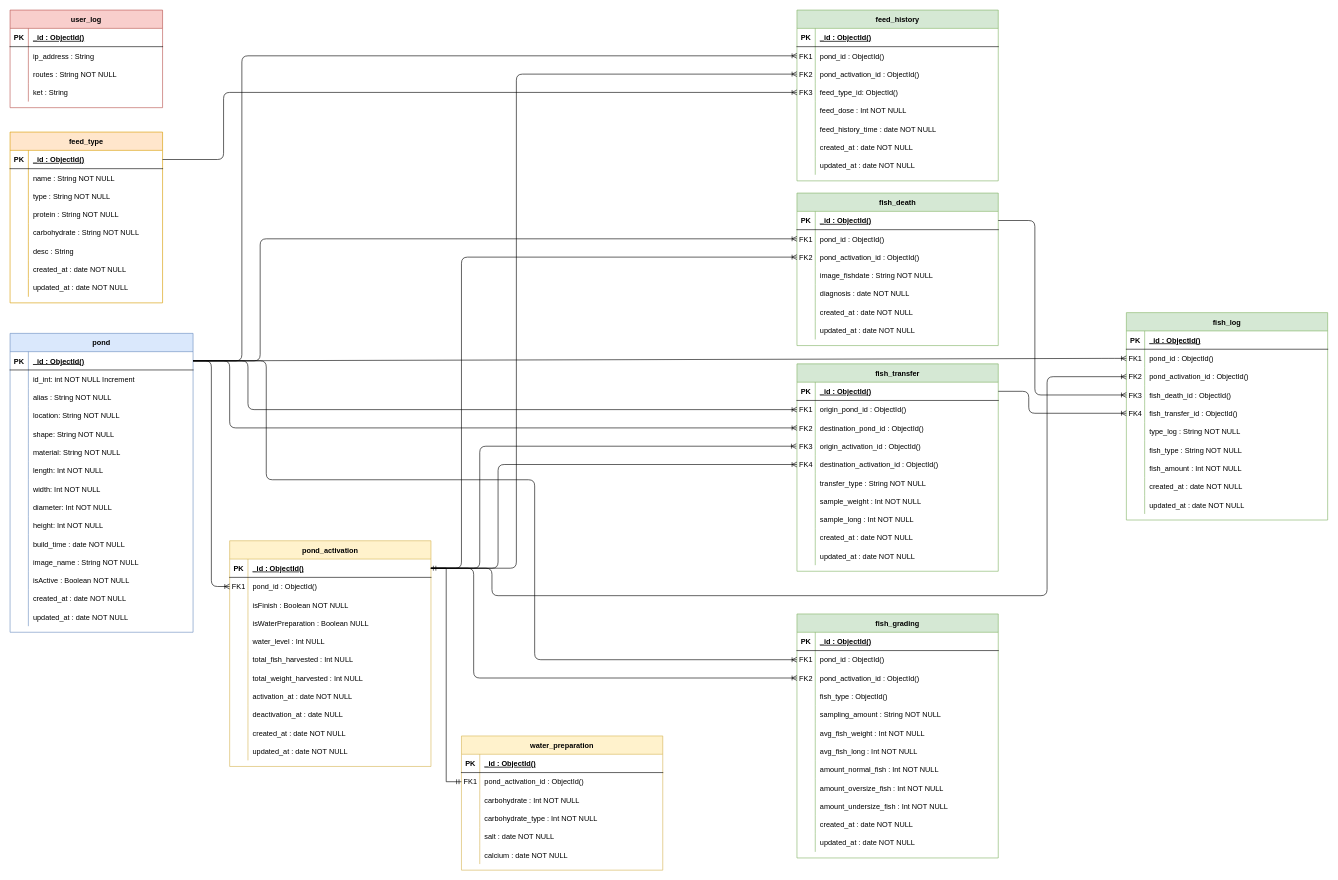
This is doc/Sprint08/diagram database/database.drawio from andrirahmanto/backendserverfishculture, a draw.io file, before an edit. Source tidied: cells renumbered, new cells numbered last; positions are measured from the earlier drawing's top-left corner, leaving out a move shared by most shapes. Both pictures are drawn from the tidied source at 61%, with x=0, y=0 at pixel (10, 10).
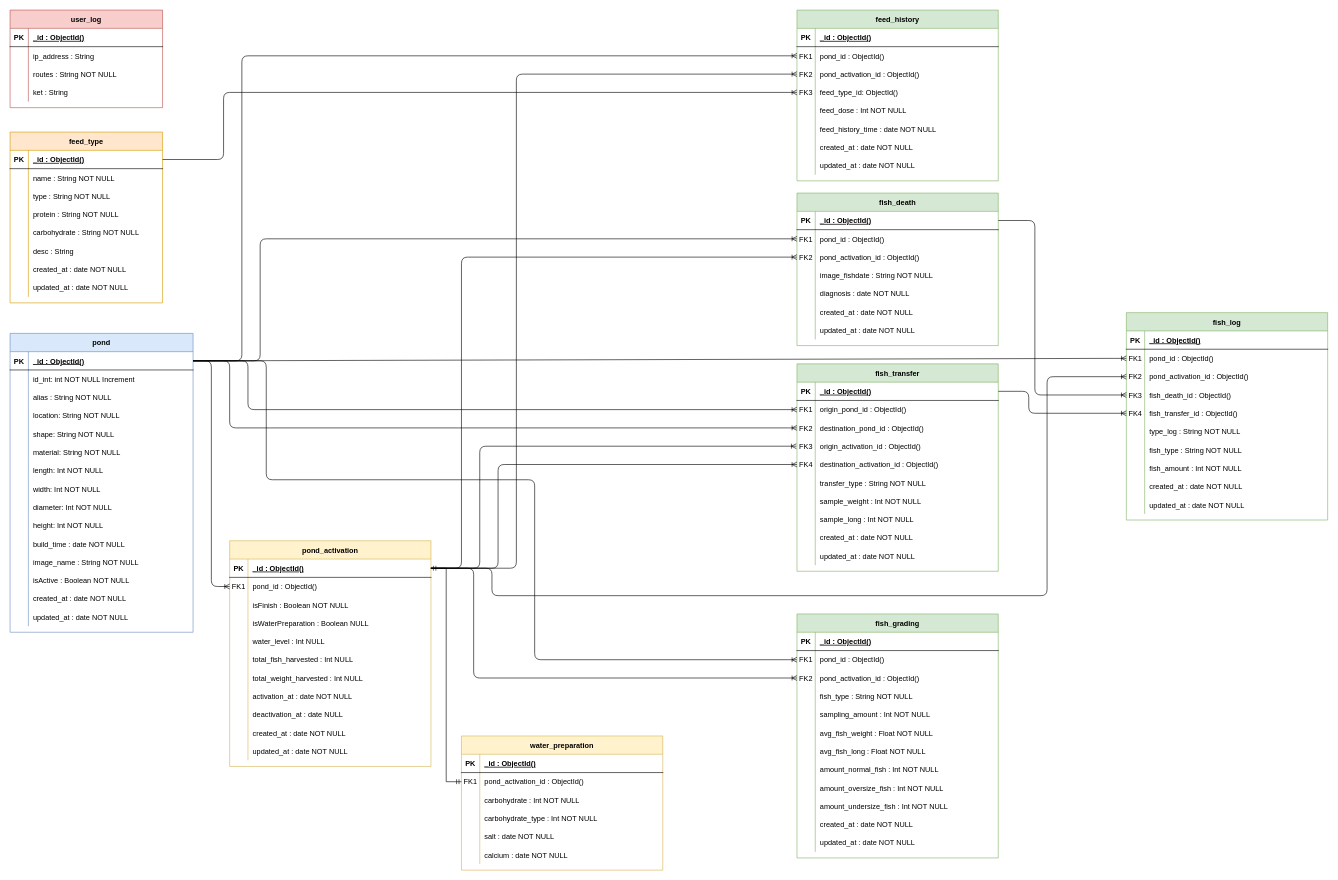
Above is the later version.

Commit message (it also covers changes not shown here):
docs: update desian database

Unchanged cells that the change refers to:
```xml
<mxCell id="273" style="shape=partialRectangle;fillColor=none;top=0;left=0;right=0;bottom=0;" parent="263" vertex="1">
  <mxGeometry y="120" width="330" height="30" as="geometry" />
</mxCell>
<mxCell id="276" style="shape=partialRectangle;fillColor=none;top=0;left=0;right=0;bottom=0;" parent="263" vertex="1">
  <mxGeometry y="150" width="330" height="30" as="geometry" />
</mxCell>
<mxCell id="279" style="shape=partialRectangle;fillColor=none;top=0;left=0;right=0;bottom=0;" parent="263" vertex="1">
  <mxGeometry y="180" width="330" height="30" as="geometry" />
</mxCell>
<mxCell id="282" style="shape=partialRectangle;fillColor=none;top=0;left=0;right=0;bottom=0;" parent="263" vertex="1">
  <mxGeometry y="210" width="330" height="30" as="geometry" />
</mxCell>
```

What changed in the source:
```diff
@@
-    <mxCell id="275" value="fish_type : ObjectId()" style="shape=partialRectangle;overflow=hidden;fillColor=none;top=0;left=0;bottom=0;right=0;align=left;spacingLeft=6;" parent="273" vertex="1">
+    <mxCell id="275" value="fish_type : String NOT NULL" style="shape=partialRectangle;overflow=hidden;fillColor=none;top=0;left=0;bottom=0;right=0;align=left;spacingLeft=6;" parent="273" vertex="1">
       <mxGeometry x="30" width="300" height="30" as="geometry" />
     </mxCell>
@@
-    <mxCell id="278" value="sampling_amount : String NOT NULL" style="shape=partialRectangle;overflow=hidden;fillColor=none;top=0;left=0;bottom=0;right=0;align=left;spacingLeft=6;" parent="276" vertex="1">
+    <mxCell id="278" value="sampling_amount : Int NOT NULL" style="shape=partialRectangle;overflow=hidden;fillColor=none;top=0;left=0;bottom=0;right=0;align=left;spacingLeft=6;" parent="276" vertex="1">
       <mxGeometry x="30" width="300" height="30" as="geometry" />
     </mxCell>
@@
-    <mxCell id="281" value="avg_fish_weight : Int NOT NULL" style="shape=partialRectangle;overflow=hidden;fillColor=none;top=0;left=0;bottom=0;right=0;align=left;spacingLeft=6;" parent="279" vertex="1">
+    <mxCell id="281" value="avg_fish_weight : Float NOT NULL" style="shape=partialRectangle;overflow=hidden;fillColor=none;top=0;left=0;bottom=0;right=0;align=left;spacingLeft=6;" parent="279" vertex="1">
       <mxGeometry x="30" width="300" height="30" as="geometry" />
     </mxCell>
@@
-    <mxCell id="284" value="avg_fish_long : Int NOT NULL" style="shape=partialRectangle;overflow=hidden;fillColor=none;top=0;left=0;bottom=0;right=0;align=left;spacingLeft=6;" parent="282" vertex="1">
+    <mxCell id="284" value="avg_fish_long : Float NOT NULL" style="shape=partialRectangle;overflow=hidden;fillColor=none;top=0;left=0;bottom=0;right=0;align=left;spacingLeft=6;" parent="282" vertex="1">
       <mxGeometry x="30" width="300" height="30" as="geometry" />
     </mxCell>
```
